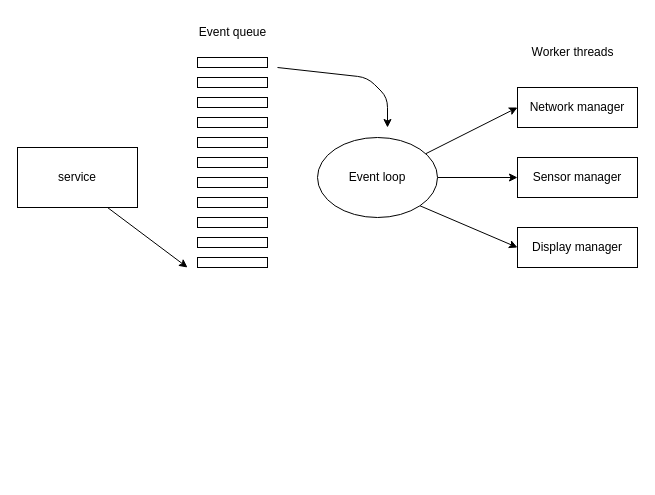
FaniBhushan/home_assistant keeps this draw.io diagram as docs/OverallSystem.drawio. Above is the earlier version. Source tidied: cells renumbered, new cells numbered last; positions are measured from the earlier drawing's top-left corner, leaving out a move shared by most shapes. Both pictures are drawn from the tidied source at 100%, with x=0, y=0 at pixel (17, 17).
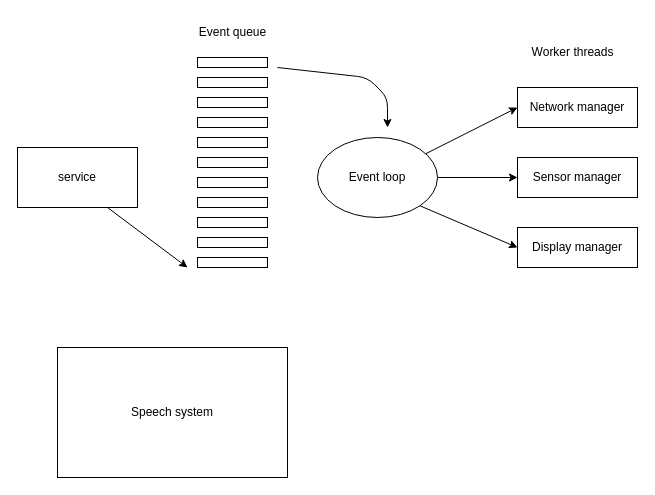
The same page after the edit.

Change to the diagram source:
```diff
@@
+    <mxCell id="25" value="Speech system" style="rounded=0;whiteSpace=wrap;html=1;" parent="1" vertex="1">
+      <mxGeometry x="40" y="330" width="230" height="130" as="geometry" />
+    </mxCell>
```
